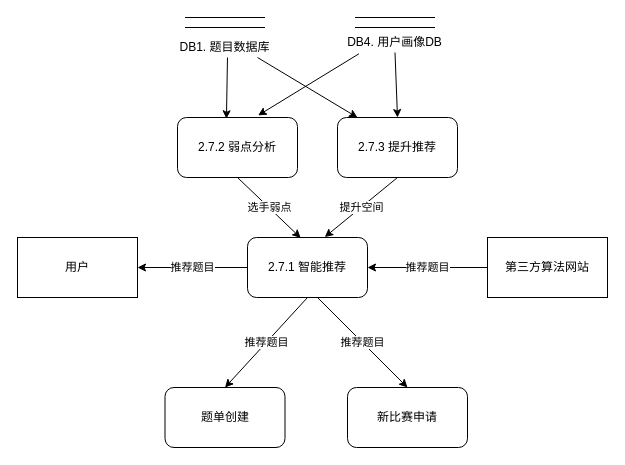
Above: 分析文档/2.7题目推荐.drawio in 12MegaA21/CodeCode (draw.io), before the change. Source tidied: cells renumbered, new cells numbered last; positions are measured from the earlier drawing's top-left corner, leaving out a move shared by most shapes. Both pictures are drawn from the tidied source at 100%, with x=0, y=0 at pixel (17, 17).
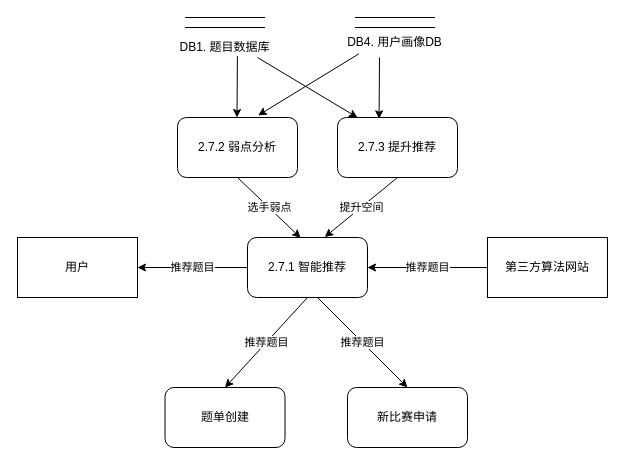
The same page after the edit.

Commit message:
更新2.7题目推荐.drawio

Unchanged cells that the change refers to:
```xml
<mxCell id="9" value="DB1. 题目数据库" style="text;html=1;strokeColor=none;fillColor=none;align=center;verticalAlign=middle;whiteSpace=wrap;rounded=0;" parent="5" vertex="1">
  <mxGeometry y="20" width="95" height="20" as="geometry" />
</mxCell>
<mxCell id="15" value="DB4. 用户画像DB" style="text;html=1;strokeColor=none;fillColor=none;align=center;verticalAlign=middle;whiteSpace=wrap;rounded=0;" parent="11" vertex="1">
  <mxGeometry y="15" width="105" height="20" as="geometry" />
</mxCell>
<mxCell id="21" value="2.7.2 弱点分析" style="rounded=1;whiteSpace=wrap;html=1;" parent="1" vertex="1">
  <mxGeometry x="160" y="100" width="120" height="60" as="geometry" />
</mxCell>
<mxCell id="22" value="2.7.3 提升推荐" style="rounded=1;whiteSpace=wrap;html=1;" parent="1" vertex="1">
  <mxGeometry x="320" y="100" width="120" height="60" as="geometry" />
</mxCell>
```

What changed in the source:
```diff
@@
-    <mxCell id="17" style="endArrow=classic;html=1;rounded=0;exitX=0.526;exitY=1;exitDx=0;exitDy=0;entryX=0.408;entryY=0.021;entryDx=0;entryDy=0;entryPerimeter=0;exitPerimeter=0;" parent="1" edge="1" source="9" target="21">
-      <mxGeometry relative="1" as="geometry" />
-    </mxCell>
@@
-    <mxCell id="23" style="endArrow=classic;html=1;rounded=0;entryX=0.5;entryY=0;entryDx=0;entryDy=0;exitX=0.5;exitY=1;exitDx=0;exitDy=0;" parent="1" edge="1" source="15" target="22">
-      <mxGeometry relative="1" as="geometry" />
-    </mxCell>
@@
+    <mxCell id="30" style="endArrow=classic;html=1;rounded=0;entryX=0.422;entryY=0.021;entryDx=0;entryDy=0;entryPerimeter=0;" parent="1" edge="1">
+      <mxGeometry relative="1" as="geometry">
+        <mxPoint x="362" y="40" as="sourcePoint" />
+        <mxPoint x="361.6" y="101.3" as="targetPoint" />
+      </mxGeometry>
+    </mxCell>
+    <mxCell id="31" style="endArrow=classic;html=1;rounded=0;entryX=0.422;entryY=0.021;entryDx=0;entryDy=0;entryPerimeter=0;" parent="1" edge="1">
+      <mxGeometry relative="1" as="geometry">
+        <mxPoint x="219.9" y="38.7" as="sourcePoint" />
+        <mxPoint x="219.5" y="100" as="targetPoint" />
+      </mxGeometry>
+    </mxCell>
```
